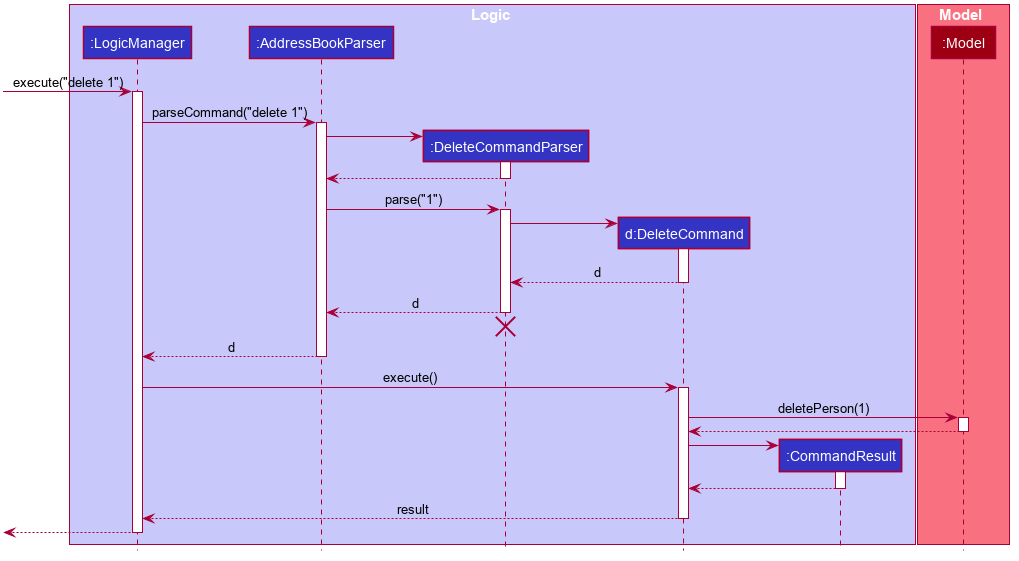
Before: docs/images/DeleteSequenceDiagram.png, a diagram exported from PlantUML (nus-cs2103-AY2021S2/tp).
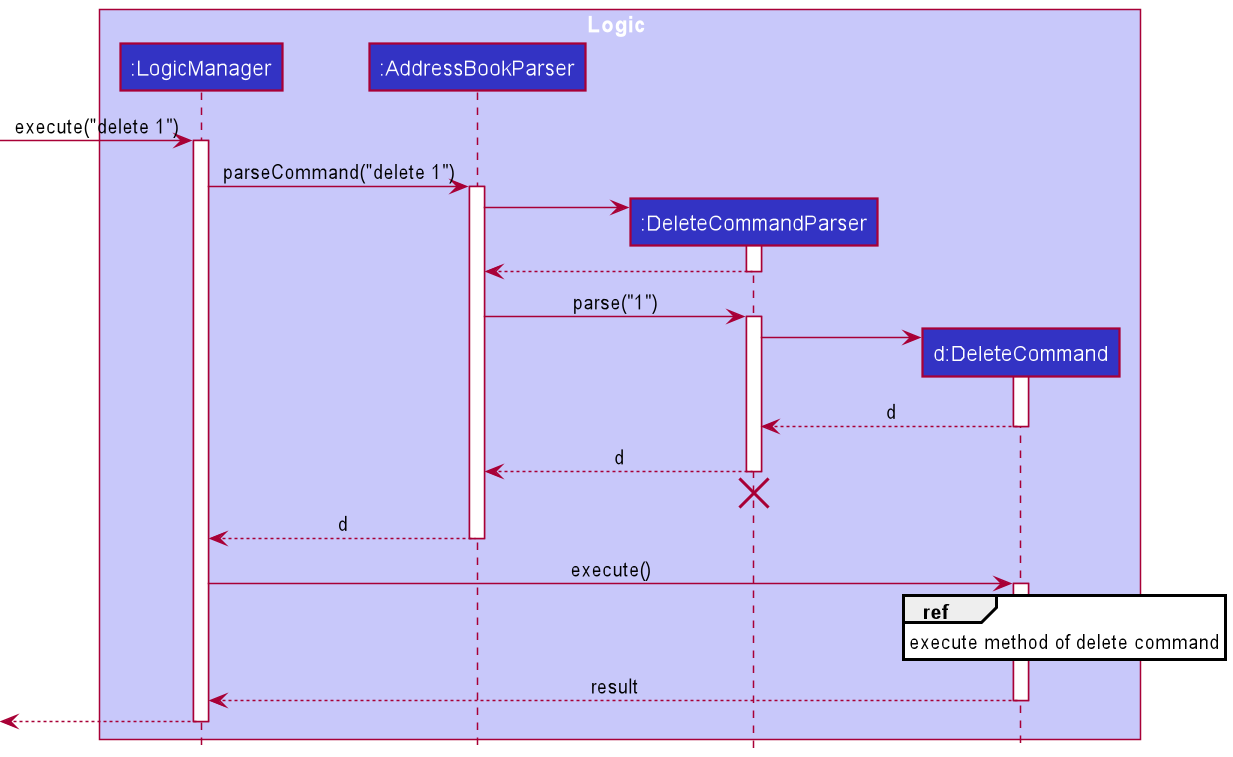
The same diagram one commit later.

The edit, as a diff of the source:
```diff
@@ -1,64 +1,13 @@
 @startuml
+!include style.puml
 
-
-
-
-
-
-
-
-skinparam BackgroundColor #FFFFFFF
-
-skinparam Shadowing false
-
-skinparam Class {
-    FontColor #FFFFFF
-    BorderThickness 1
-    BorderColor #FFFFFF
-    StereotypeFontColor #FFFFFF
-    FontName Arial
-}
-
-skinparam Actor {
-    BorderColor #000000
-    Color #000000
-    FontName Arial
-}
-
-skinparam Sequence {
-    MessageAlign center
-    BoxFontSize 15
-    BoxPadding 0
-    BoxFontColor #FFFFFF
-    FontName Arial
-}
-
-skinparam Participant {
-    FontColor #FFFFFFF
-    Padding 20
-}
-
-skinparam MinClassWidth 50
-skinparam ParticipantPadding 10
-skinparam Shadowing false
-skinparam DefaultTextAlignment center
-skinparam packageStyle Rectangle
-
-hide footbox
-hide members
-hide circle
-
-box Logic #C8C8FA
-participant ":LogicManager" as LogicManager #3333C4
-participant ":AddressBookParser" as AddressBookParser #3333C4
-participant ":DeleteCommandParser" as DeleteCommandParser #3333C4
-participant "d:DeleteCommand" as DeleteCommand #3333C4
-participant ":CommandResult" as CommandResult #3333C4
+box Logic LOGIC_COLOR_T1
+participant ":LogicManager" as LogicManager LOGIC_COLOR
+participant ":AddressBookParser" as AddressBookParser LOGIC_COLOR
+participant ":DeleteCommandParser" as DeleteCommandParser LOGIC_COLOR
+participant "d:DeleteCommand" as DeleteCommand LOGIC_COLOR
 end box
 
-box Model #F97181
-participant ":Model" as Model #9D0012
-end box
 
 [-> LogicManager : execute("delete 1")
 activate LogicManager
@@ -94,18 +43,7 @@
 LogicManager -> DeleteCommand : execute()
 activate DeleteCommand
 
-DeleteCommand -> Model : deletePerson(1)
-activate Model
-
-Model --> DeleteCommand
-deactivate Model
-
-create CommandResult
-DeleteCommand -> CommandResult
-activate CommandResult
-
-CommandResult --> DeleteCommand
-deactivate CommandResult
+ref over DeleteCommand : execute method of delete command
 
 DeleteCommand --> LogicManager : result
 deactivate DeleteCommand
```
